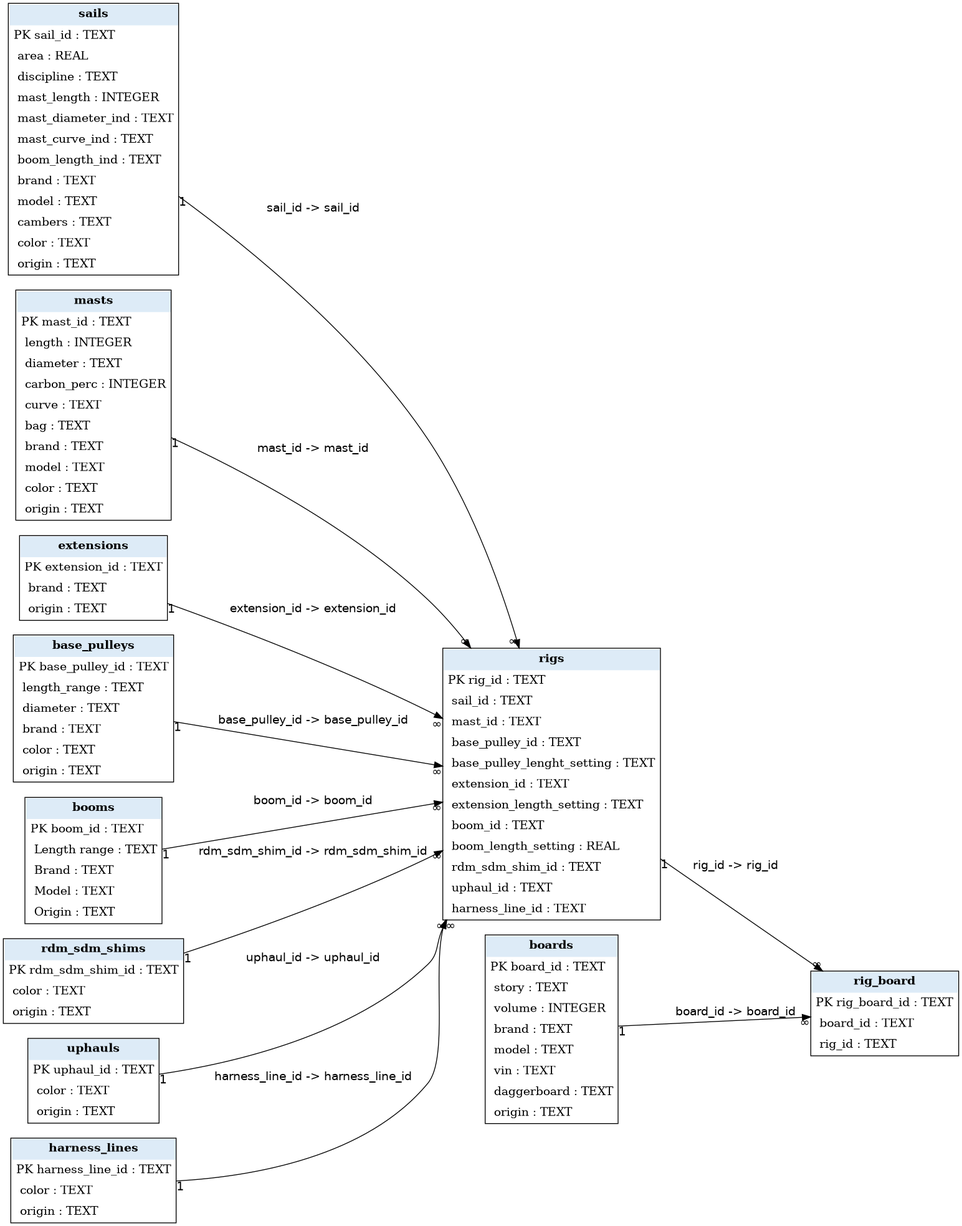
Earlier version of the Graphviz export output/ERD/surf_equipment_erd.png (jacquesdeswart/surf_equipment). Its source is kept beside it as output/ERD/surf_equipment_erd.dot.
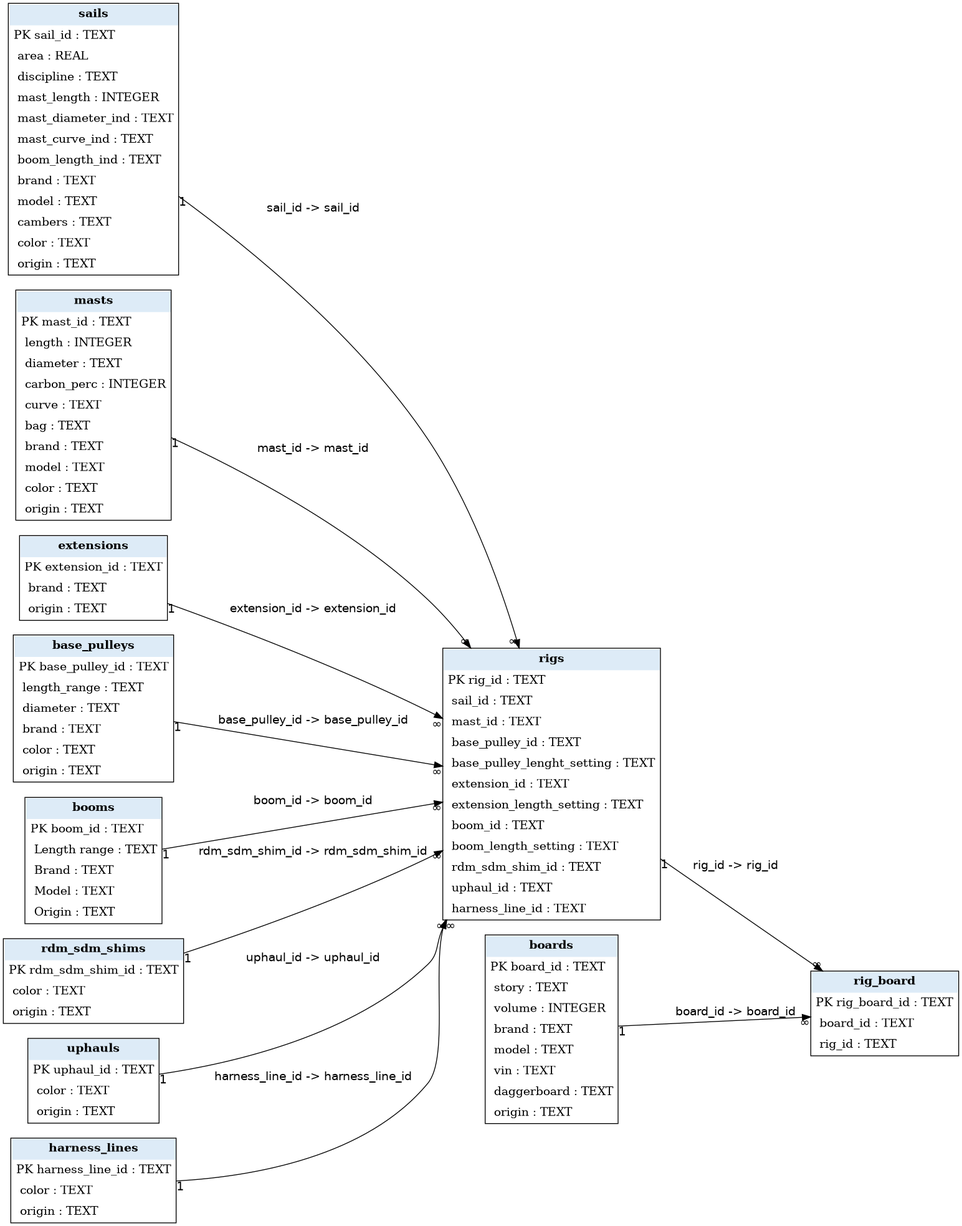
The same diagram one commit later.

Change to the diagram source:
```diff
@@ -11,7 +11,7 @@
   "uphauls" [label=<<TABLE BORDER="1" CELLBORDER="0" CELLSPACING="0" CELLPADDING="5"><TR><TD BGCOLOR="#DDEBF7"><B>uphauls</B></TD></TR><TR><TD ALIGN="LEFT">PK uphaul_id : TEXT</TD></TR><TR><TD ALIGN="LEFT"> color : TEXT</TD></TR><TR><TD ALIGN="LEFT"> origin : TEXT</TD></TR></TABLE>>];
   "harness_lines" [label=<<TABLE BORDER="1" CELLBORDER="0" CELLSPACING="0" CELLPADDING="5"><TR><TD BGCOLOR="#DDEBF7"><B>harness_lines</B></TD></TR><TR><TD ALIGN="LEFT">PK harness_line_id : TEXT</TD></TR><TR><TD ALIGN="LEFT"> color : TEXT</TD></TR><TR><TD ALIGN="LEFT"> origin : TEXT</TD></TR></TABLE>>];
   "boards" [label=<<TABLE BORDER="1" CELLBORDER="0" CELLSPACING="0" CELLPADDING="5"><TR><TD BGCOLOR="#DDEBF7"><B>boards</B></TD></TR><TR><TD ALIGN="LEFT">PK board_id : TEXT</TD></TR><TR><TD ALIGN="LEFT"> story : TEXT</TD></TR><TR><TD ALIGN="LEFT"> volume : INTEGER</TD></TR><TR><TD ALIGN="LEFT"> brand : TEXT</TD></TR><TR><TD ALIGN="LEFT"> model : TEXT</TD></TR><TR><TD ALIGN="LEFT"> vin : TEXT</TD></TR><TR><TD ALIGN="LEFT"> daggerboard : TEXT</TD></TR><TR><TD ALIGN="LEFT"> origin : TEXT</TD></TR></TABLE>>];
-  "rigs" [label=<<TABLE BORDER="1" CELLBORDER="0" CELLSPACING="0" CELLPADDING="5"><TR><TD BGCOLOR="#DDEBF7"><B>rigs</B></TD></TR><TR><TD ALIGN="LEFT">PK rig_id : TEXT</TD></TR><TR><TD ALIGN="LEFT"> sail_id : TEXT</TD></TR><TR><TD ALIGN="LEFT"> mast_id : TEXT</TD></TR><TR><TD ALIGN="LEFT"> base_pulley_id : TEXT</TD></TR><TR><TD ALIGN="LEFT"> base_pulley_lenght_setting : TEXT</TD></TR><TR><TD ALIGN="LEFT"> extension_id : TEXT</TD></TR><TR><TD ALIGN="LEFT"> extension_length_setting : TEXT</TD></TR><TR><TD ALIGN="LEFT"> boom_id : TEXT</TD></TR><TR><TD ALIGN="LEFT"> boom_length_setting : REAL</TD></TR><TR><TD ALIGN="LEFT"> rdm_sdm_shim_id : TEXT</TD></TR><TR><TD ALIGN="LEFT"> uphaul_id : TEXT</TD></TR><TR><TD ALIGN="LEFT"> harness_line_id : TEXT</TD></TR></TABLE>>];
+  "rigs" [label=<<TABLE BORDER="1" CELLBORDER="0" CELLSPACING="0" CELLPADDING="5"><TR><TD BGCOLOR="#DDEBF7"><B>rigs</B></TD></TR><TR><TD ALIGN="LEFT">PK rig_id : TEXT</TD></TR><TR><TD ALIGN="LEFT"> sail_id : TEXT</TD></TR><TR><TD ALIGN="LEFT"> mast_id : TEXT</TD></TR><TR><TD ALIGN="LEFT"> base_pulley_id : TEXT</TD></TR><TR><TD ALIGN="LEFT"> base_pulley_lenght_setting : TEXT</TD></TR><TR><TD ALIGN="LEFT"> extension_id : TEXT</TD></TR><TR><TD ALIGN="LEFT"> extension_length_setting : TEXT</TD></TR><TR><TD ALIGN="LEFT"> boom_id : TEXT</TD></TR><TR><TD ALIGN="LEFT"> boom_length_setting : TEXT</TD></TR><TR><TD ALIGN="LEFT"> rdm_sdm_shim_id : TEXT</TD></TR><TR><TD ALIGN="LEFT"> uphaul_id : TEXT</TD></TR><TR><TD ALIGN="LEFT"> harness_line_id : TEXT</TD></TR></TABLE>>];
   "rig_board" [label=<<TABLE BORDER="1" CELLBORDER="0" CELLSPACING="0" CELLPADDING="5"><TR><TD BGCOLOR="#DDEBF7"><B>rig_board</B></TD></TR><TR><TD ALIGN="LEFT">PK rig_board_id : TEXT</TD></TR><TR><TD ALIGN="LEFT"> board_id : TEXT</TD></TR><TR><TD ALIGN="LEFT"> rig_id : TEXT</TD></TR></TABLE>>];
   "harness_lines" -> "rigs" [label="harness_line_id -> harness_line_id", taillabel="1", headlabel="∞"];
   "uphauls" -> "rigs" [label="uphaul_id -> uphaul_id", taillabel="1", headlabel="∞"];
```
